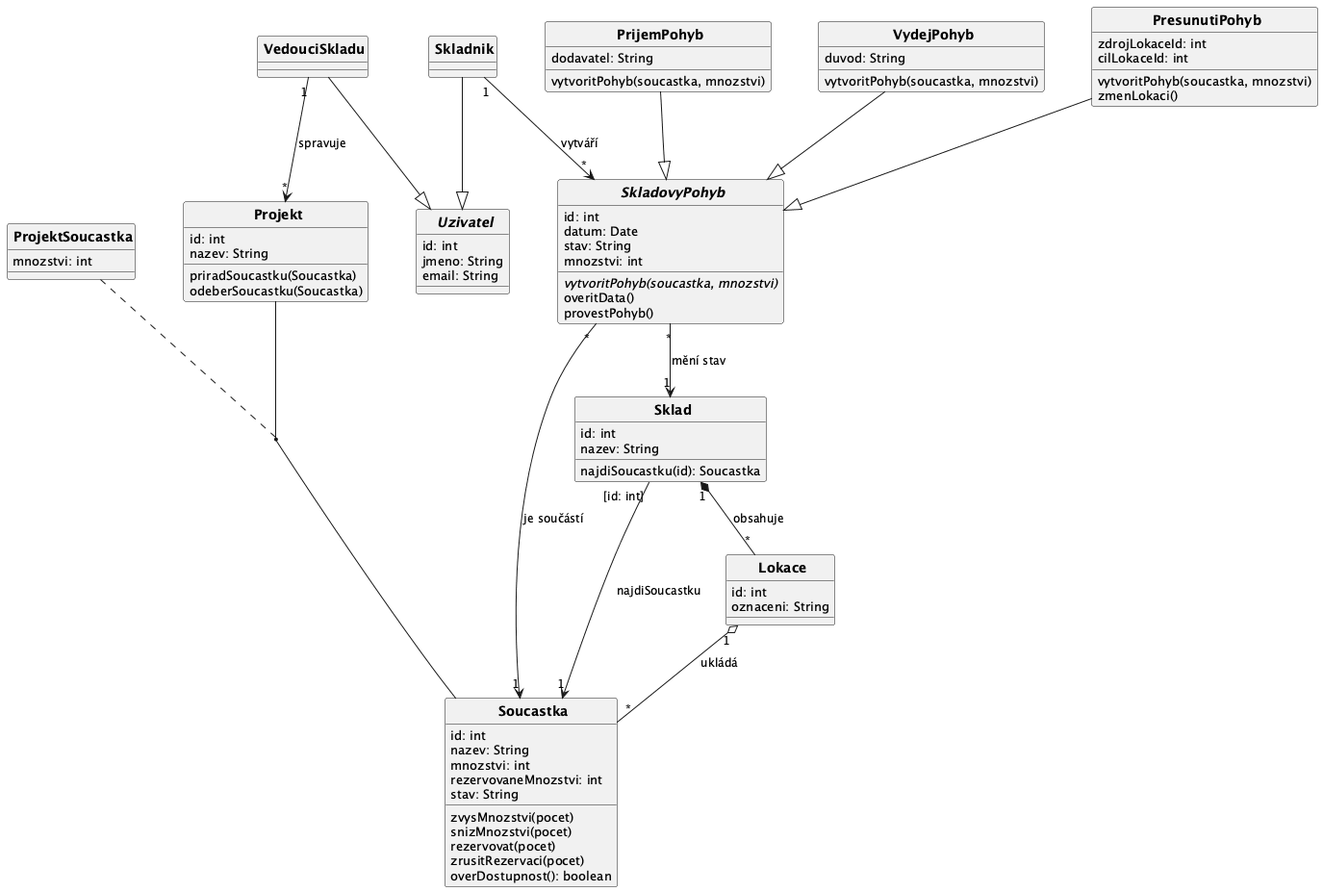
This is docs/images/02_class_diagram.png from lkvapil/kOdevzdaniProjektWMS, a PlantUML export, as it was before one commit.
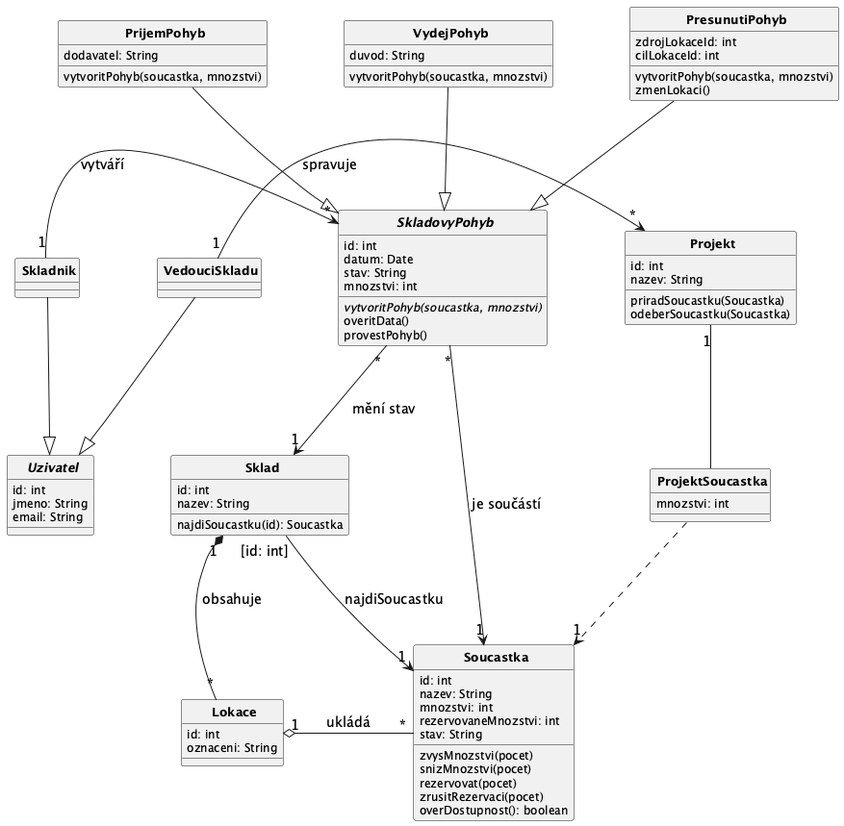
After the change.

Commit message:
feat: class diagram v3 layout, arrow labels fix, ASCII comments

Diff of the diagram source:
```diff
@@ -2,12 +2,12 @@
 top to bottom direction
 skinparam CircledCharacterRadius 0
 skinparam CircledCharacterFontSize 0
-skinparam defaultFontSize 13
-skinparam classFontSize 14
+skinparam defaultFontSize 12
+skinparam classFontSize 13
 skinparam classFontStyle bold
-skinparam ArrowFontSize 12
-skinparam nodesep 50
-skinparam ranksep 60
+skinparam ArrowFontSize 14
+skinparam nodesep 80
+skinparam ranksep 80
 
 abstract class Uzivatel {
   id: int
@@ -83,26 +83,22 @@
   overDostupnost(): boolean
 }
 
-PrijemPohyb    --|> SkladovyPohyb
-VydejPohyb     --|> SkladovyPohyb
-PresunutiPohyb --|> SkladovyPohyb
-Skladnik       --|> Uzivatel
-VedouciSkladu  --|> Uzivatel
+PrijemPohyb    -down-|> SkladovyPohyb
+VydejPohyb     -down-|> SkladovyPohyb
+PresunutiPohyb -down-|> SkladovyPohyb
+Skladnik       -down-|> Uzivatel
+VedouciSkladu  -down-|> Uzivatel
 
-(Projekt, Soucastka) .. ProjektSoucastka
-Projekt -[hidden]left- ProjektSoucastka
+Projekt        "1"  --  ProjektSoucastka
+ProjektSoucastka    ..> "1" Soucastka
 
-Sklad "[id: int]" --> "1" Soucastka : najdiSoucastku
+Sklad "[id: int]" -right-> "1" Soucastka : \nnajdiSoucastku
 
-SkladovyPohyb "*" --> "1" Soucastka     : je součástí
-Sklad         "1" *-- "*" Lokace        : obsahuje
-Lokace        "1" o-- "*" Soucastka     : ukládá
-SkladovyPohyb "*" --> "1" Sklad         : mění stav
-Skladnik      "1" --> "*" SkladovyPohyb : vytváří
-VedouciSkladu "1" --> "*" Projekt       : spravuje
-
-Skladnik    -[hidden]right- PrijemPohyb
-PrijemPohyb -[hidden]right- VydejPohyb
-VydejPohyb  -[hidden]right- PresunutiPohyb
+VedouciSkladu "1" -right-> "*" Projekt       : \nspravuje
+Skladnik      "1" -right-> "*" SkladovyPohyb : \nvytváří
+SkladovyPohyb "*"  -->     "1" Sklad         : \nmění stav
+SkladovyPohyb "*"  -->     "1" Soucastka     : \nje součástí
+Sklad         "1" *--      "*" Lokace        : \nobsahuje
+Lokace        "1" o-right- "*" Soucastka     : \nukládá
 
 @enduml
```
